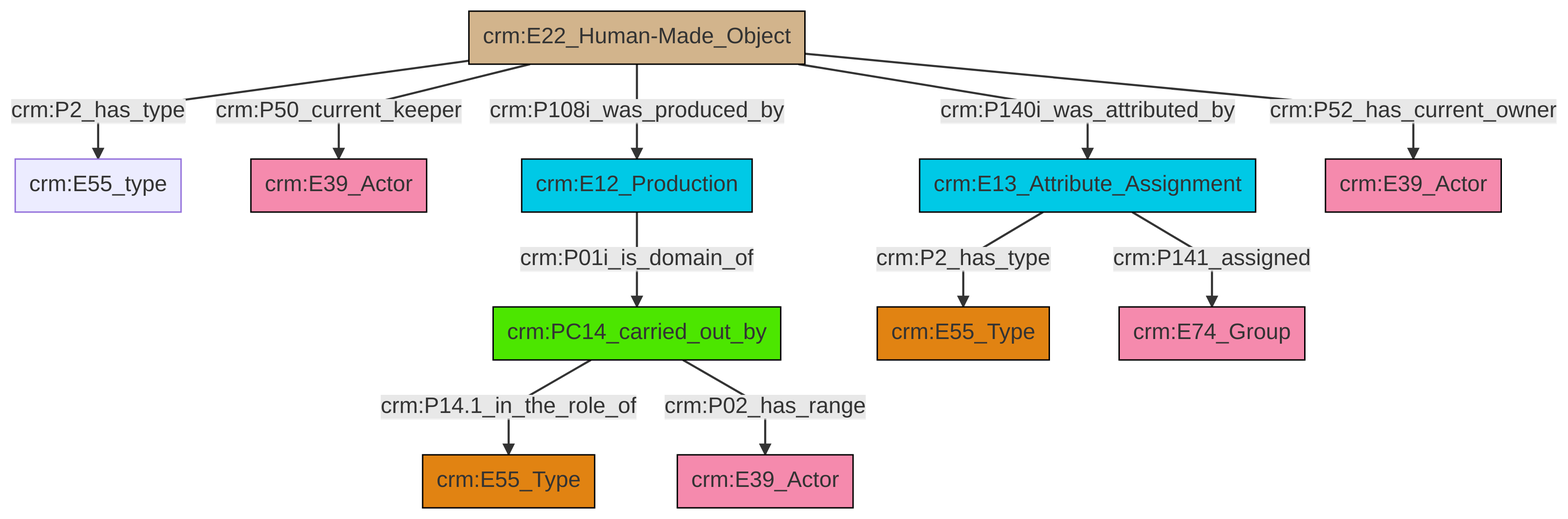
This is et/artworkCSV/ttl/mmd/png/Artwork_Actor_Relations.png from swiss-art-research-net/reference-data-models, a Mermaid export, as it was before one commit. Its source is kept beside it as et/artworkCSV/ttl/mmd/Artwork_Actor_Relations.ttl.mmd.
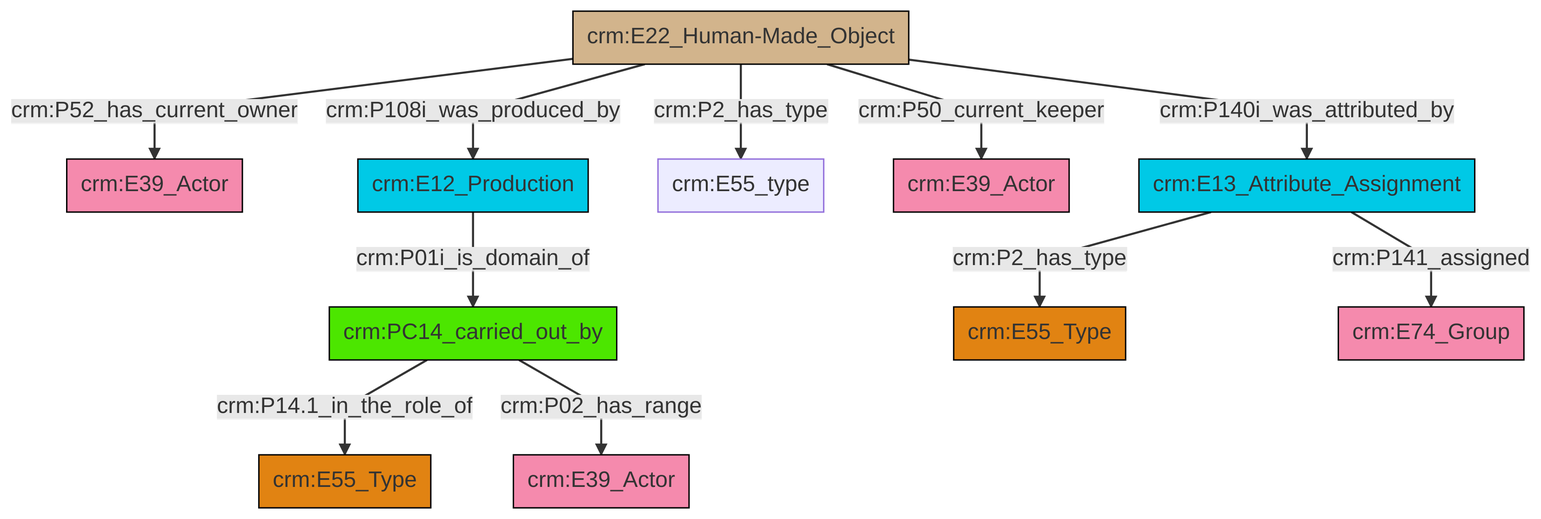
After the change.

What changed in the source:
```diff
@@ -13,13 +13,13 @@
 classDef PC_Classes fill:#4ce600, stroke:#000000;
 classDef Multi fill:#cccccc,stroke:#000000;
 
-0["crm:E22_Human-Made_Object"]:::Physical_Thing -->|crm:P2_has_type| 1["crm:E55_type"]:::Default
-4["crm:PC14_carried_out_by"]:::PC_Classes -->|crm:P14.1_in_the_role_of| 5["crm:E55_Type"]:::Type
-0["crm:E22_Human-Made_Object"]:::Physical_Thing -->|crm:P108i_was_produced_by| 13["crm:E12_Production"]:::Temporal_Entity
-0["crm:E22_Human-Made_Object"]:::Physical_Thing -->|crm:P140i_was_attributed_by| 6["crm:E13_Attribute_Assignment"]:::Temporal_Entity
-13["crm:E12_Production"]:::Temporal_Entity -->|crm:P01i_is_domain_of| 4["crm:PC14_carried_out_by"]:::PC_Classes
-6["crm:E13_Attribute_Assignment"]:::Temporal_Entity -->|crm:P2_has_type| 8["crm:E55_Type"]:::Type
-0["crm:E22_Human-Made_Object"]:::Physical_Thing -->|crm:P52_has_current_owner| 17["crm:E39_Actor"]:::Actor
-6["crm:E13_Attribute_Assignment"]:::Temporal_Entity -->|crm:P141_assigned| 15["crm:E74_Group"]:::Actor
-0["crm:E22_Human-Made_Object"]:::Physical_Thing -->|crm:P50_current_keeper| 2["crm:E39_Actor"]:::Actor
-4["crm:PC14_carried_out_by"]:::PC_Classes -->|crm:P02_has_range| 10["crm:E39_Actor"]:::Actor
+2["crm:PC14_carried_out_by"]:::PC_Classes -->|crm:P14.1_in_the_role_of| 3["crm:E55_Type"]:::Type
+4["crm:E22_Human-Made_Object"]:::Physical_Thing -->|crm:P108i_was_produced_by| 5["crm:E12_Production"]:::Temporal_Entity
+4["crm:E22_Human-Made_Object"]:::Physical_Thing -->|crm:P50_current_keeper| 9["crm:E39_Actor"]:::Actor
+5["crm:E12_Production"]:::Temporal_Entity -->|crm:P01i_is_domain_of| 2["crm:PC14_carried_out_by"]:::PC_Classes
+15["crm:E13_Attribute_Assignment"]:::Temporal_Entity -->|crm:P141_assigned| 12["crm:E74_Group"]:::Actor
+15["crm:E13_Attribute_Assignment"]:::Temporal_Entity -->|crm:P2_has_type| 10["crm:E55_Type"]:::Type
+2["crm:PC14_carried_out_by"]:::PC_Classes -->|crm:P02_has_range| 17["crm:E39_Actor"]:::Actor
+4["crm:E22_Human-Made_Object"]:::Physical_Thing -->|crm:P140i_was_attributed_by| 15["crm:E13_Attribute_Assignment"]:::Temporal_Entity
+4["crm:E22_Human-Made_Object"]:::Physical_Thing -->|crm:P52_has_current_owner| 0["crm:E39_Actor"]:::Actor
+4["crm:E22_Human-Made_Object"]:::Physical_Thing -->|crm:P2_has_type| 6["crm:E55_type"]:::Default
```
